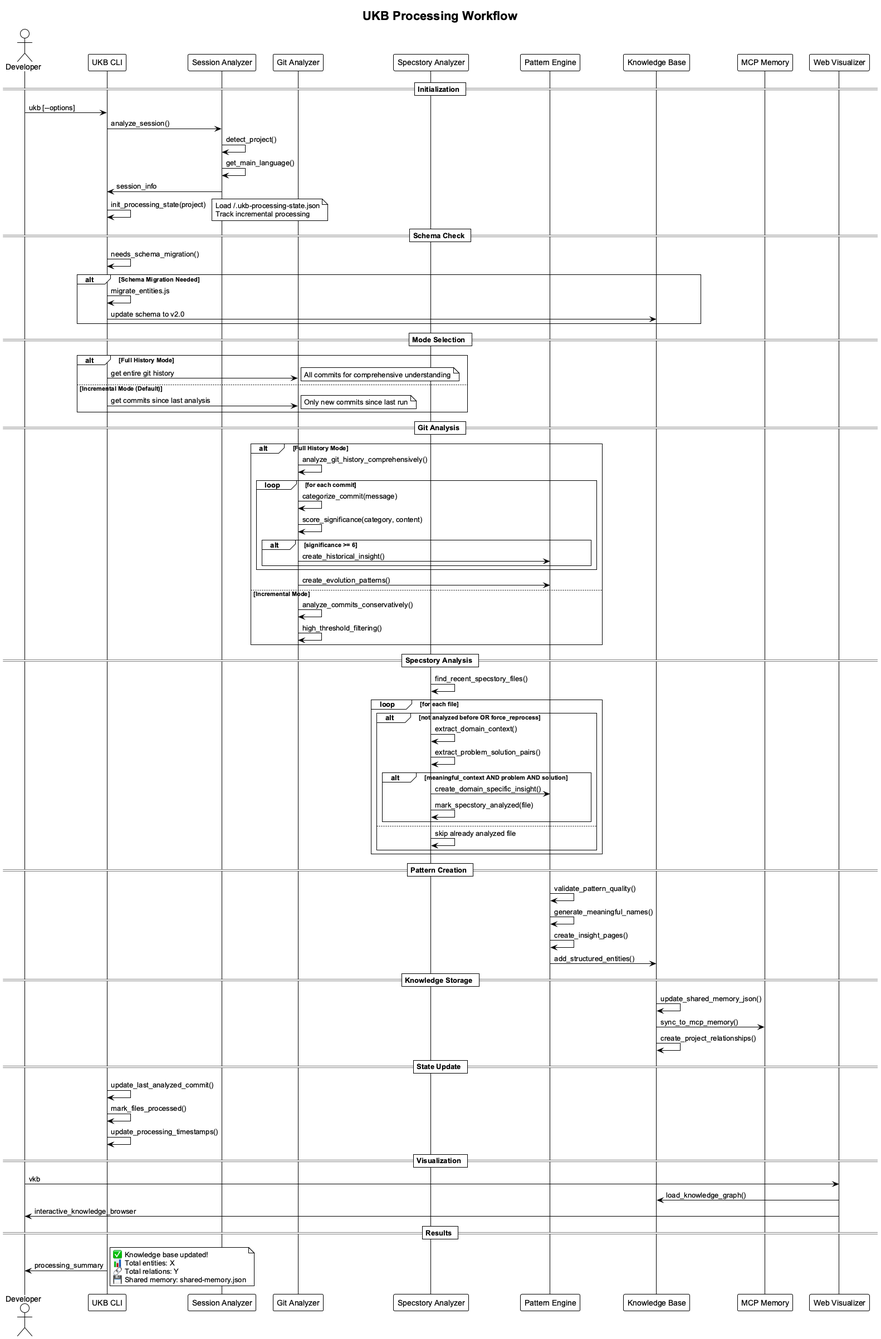
Before: docs/images/ukb-workflow.png, a diagram exported from PlantUML (fwornle/coding).
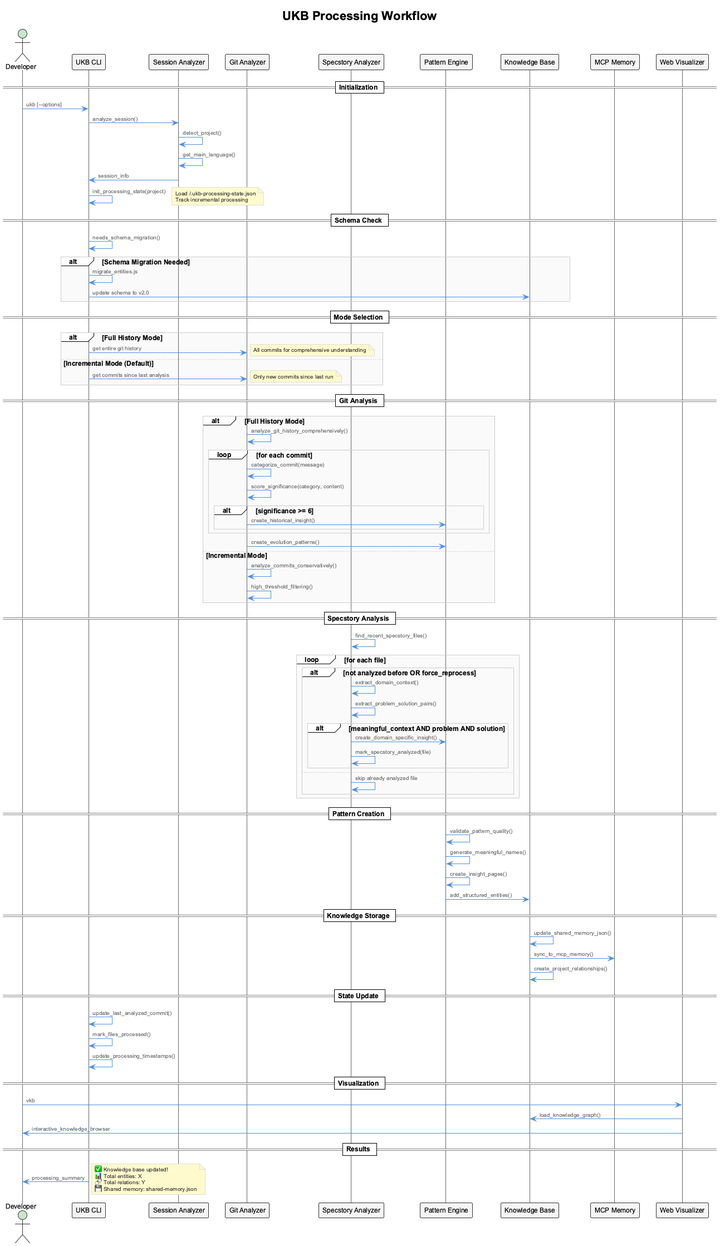
After the commit.

The edit, as a diff of the source:
```diff
@@ -1,7 +1,6 @@
 @startuml ukb-workflow
-!theme plain
-skinparam backgroundColor #FFFFFF
-skinparam defaultFontName Arial
+!include _standard-style.puml
+
 
 title UKB Processing Workflow
 
```
